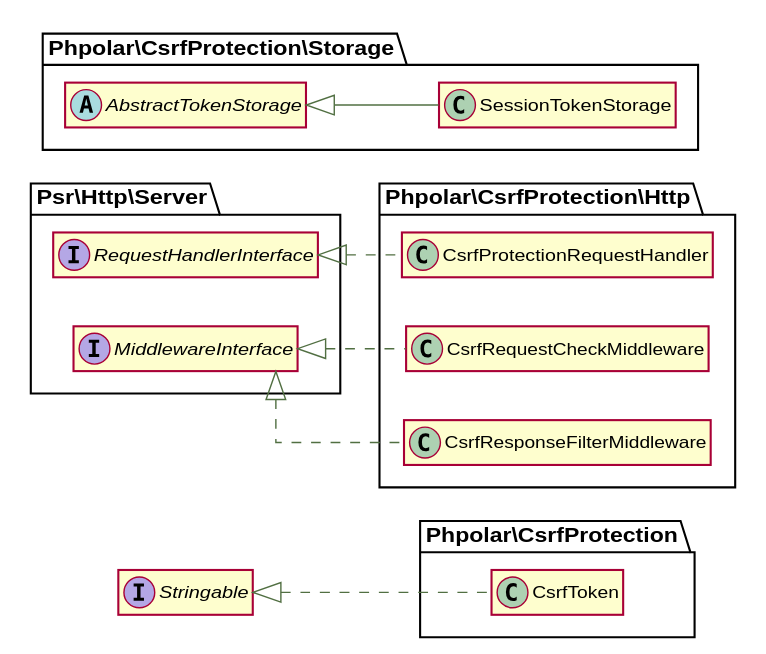
This is docs/graphs/classes.svg from phpolar/csrf-protection, a PlantUML export, as it was before one commit.
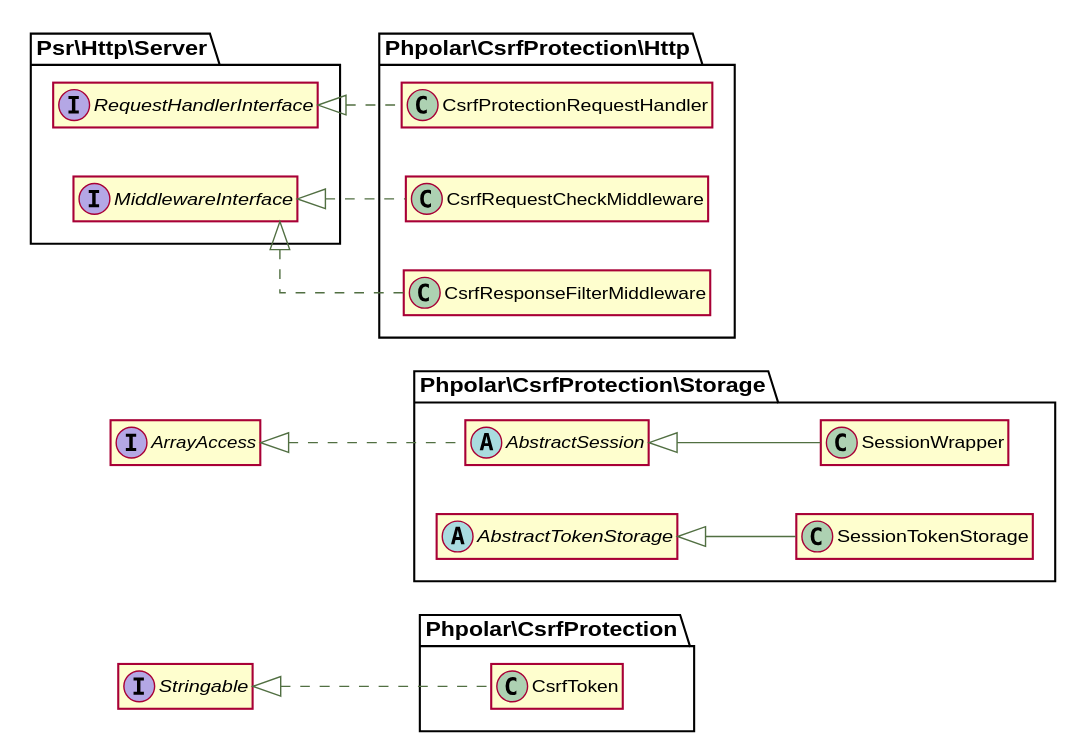
Above is the later version.

Change to the diagram source:
```diff
@@ -25,10 +25,16 @@
 class \\Phpolar\\CsrfProtection\\Http\\CsrfResponseFilterMiddleware implements \\Psr\\Http\\Server\\MiddlewareInterface {
 }
 
+abstract class \\Phpolar\\CsrfProtection\\Storage\\AbstractSession implements \\ArrayAccess {
+}
+
 abstract class \\Phpolar\\CsrfProtection\\Storage\\AbstractTokenStorage {
 }
 
 class \\Phpolar\\CsrfProtection\\Storage\\SessionTokenStorage extends \\Phpolar\\CsrfProtection\\Storage\\AbstractTokenStorage {
 }
 
+class \\Phpolar\\CsrfProtection\\Storage\\SessionWrapper extends \\Phpolar\\CsrfProtection\\Storage\\AbstractSession {
+}
+
 @enduml
```
